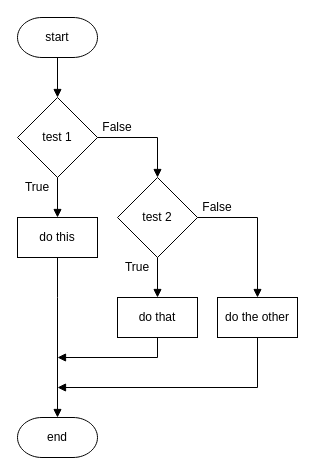
MrFriendCS/MrFriendCS.github.io keeps this draw.io diagram as page "elif" (4 of 11) of n5/sdd/assets/N5 SDD.drawio. Above is the earlier version. Source tidied: cells renumbered, new cells numbered last; positions are measured from the earlier drawing's top-left corner, leaving out a move shared by most shapes. Both pictures are drawn from the tidied source at 100%, with x=0, y=0 at pixel (17, 17).
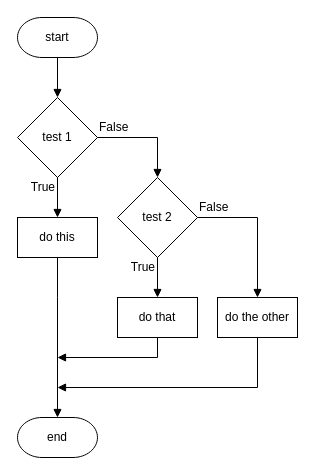
After the change.

What changed in the source:
```diff
@@
-    <mxCell id="3" value="True" style="text;html=1;strokeColor=none;fillColor=none;align=center;verticalAlign=middle;whiteSpace=wrap;rounded=0;" parent="1" vertex="1">
+    <mxCell id="3" value="True" style="text;html=1;strokeColor=none;fillColor=none;align=right;verticalAlign=middle;whiteSpace=wrap;rounded=0;" parent="1" vertex="1">
       <mxGeometry y="160" width="40" height="20" as="geometry" />
     </mxCell>
@@
-    <mxCell id="16" value="True" style="text;html=1;strokeColor=none;fillColor=none;align=center;verticalAlign=middle;whiteSpace=wrap;rounded=0;" parent="1" vertex="1">
+    <mxCell id="16" value="True" style="text;html=1;strokeColor=none;fillColor=none;align=right;verticalAlign=middle;whiteSpace=wrap;rounded=0;" parent="1" vertex="1">
       <mxGeometry x="100" y="240" width="40" height="20" as="geometry" />
     </mxCell>
-    <mxCell id="17" value="False" style="text;html=1;strokeColor=none;fillColor=none;align=center;verticalAlign=middle;whiteSpace=wrap;rounded=0;" parent="1" vertex="1">
+    <mxCell id="17" value="False" style="text;html=1;strokeColor=none;fillColor=none;align=left;verticalAlign=middle;whiteSpace=wrap;rounded=0;" parent="1" vertex="1">
       <mxGeometry x="80" y="100" width="40" height="20" as="geometry" />
     </mxCell>
-    <mxCell id="18" value="False" style="text;html=1;strokeColor=none;fillColor=none;align=center;verticalAlign=middle;whiteSpace=wrap;rounded=0;" parent="1" vertex="1">
+    <mxCell id="18" value="False" style="text;html=1;strokeColor=none;fillColor=none;align=left;verticalAlign=middle;whiteSpace=wrap;rounded=0;" parent="1" vertex="1">
       <mxGeometry x="180" y="180" width="40" height="20" as="geometry" />
     </mxCell>
```
